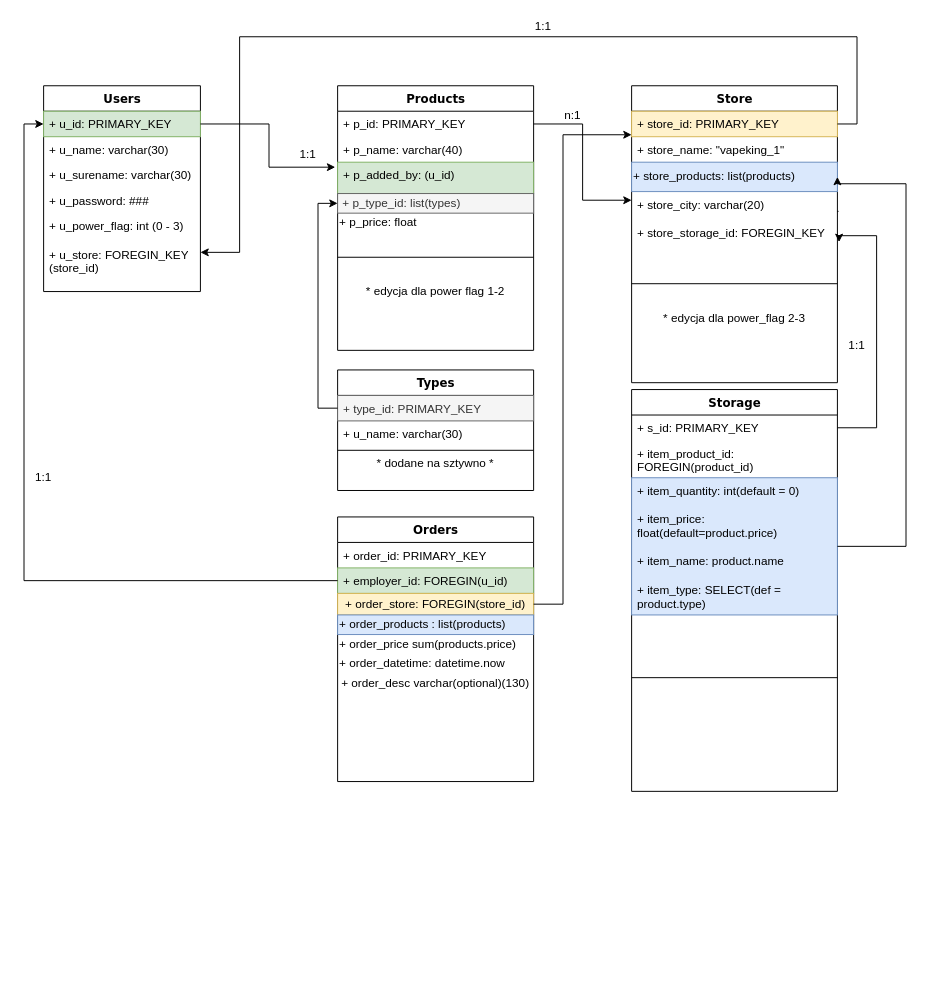
pawel-krakowiak/astar-pathfinding-mirumee keeps this draw.io diagram as Vapeking_database.drawio. Above is the earlier version. Source tidied: cells renumbered, new cells numbered last; positions are measured from the earlier drawing's top-left corner, leaving out a move shared by most shapes. Both pictures are drawn from the tidied source at 98%, with x=0, y=0 at pixel (24, 17).
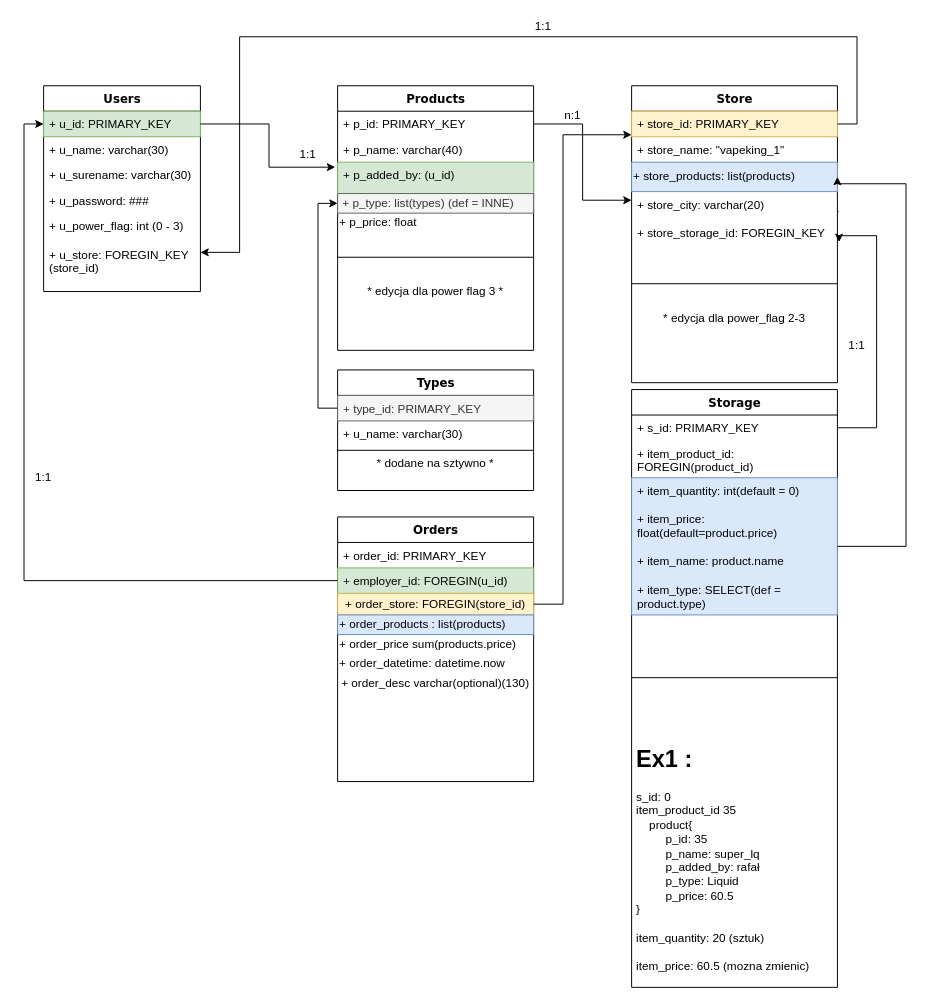
Above is the later version.

The change refers to these unchanged cells:
```xml
<mxCell id="8" value="Products&lt;br&gt;" style="swimlane;html=1;fontStyle=1;align=center;verticalAlign=top;horizontal=1;startSize=26;swimlaneFillColor=#ffffff;rounded=0;shadow=0;comic=0;labelBackgroundColor=none;strokeWidth=1;fillColor=none;fontFamily=Verdana;fontSize=12;" parent="1" vertex="1">
  <mxGeometry x="320" y="70" width="200" height="270" as="geometry" />
</mxCell>
```

Change to the diagram source:
```diff
@@
-    <mxCell id="12" value="&lt;span&gt;&amp;nbsp;+ p_type_id: list(types)&lt;/span&gt;" style="text;html=1;strokeColor=#666666;fillColor=#f5f5f5;align=left;verticalAlign=middle;whiteSpace=wrap;rounded=0;fontColor=#333333;" parent="8" vertex="1">
+    <mxCell id="12" value="&lt;span&gt;&amp;nbsp;+ p_type: list(types) (def = INNE)&lt;/span&gt;" style="text;html=1;strokeColor=#666666;fillColor=#f5f5f5;align=left;verticalAlign=middle;whiteSpace=wrap;rounded=0;fontColor=#333333;" parent="8" vertex="1">
       <mxGeometry y="110" width="200" height="20" as="geometry" />
     </mxCell>
@@
-    <mxCell id="15" value="* edycja dla power flag 1-2" style="text;html=1;strokeColor=none;fillColor=none;align=center;verticalAlign=middle;whiteSpace=wrap;rounded=0;" parent="8" vertex="1">
+    <mxCell id="15" value="* edycja dla power flag 3 *" style="text;html=1;strokeColor=none;fillColor=none;align=center;verticalAlign=middle;whiteSpace=wrap;rounded=0;" parent="8" vertex="1">
       <mxGeometry y="200" width="200" height="20" as="geometry" />
     </mxCell>
@@
     <mxCell id="34" value="Storage" style="swimlane;html=1;fontStyle=1;align=center;verticalAlign=top;horizontal=1;startSize=26;swimlaneFillColor=#ffffff;rounded=0;shadow=0;comic=0;labelBackgroundColor=none;strokeWidth=1;fillColor=none;fontFamily=Verdana;fontSize=12;" parent="1" vertex="1">
-      <mxGeometry x="620" y="380" width="210" height="410" as="geometry" />
+      <mxGeometry x="620" y="380" width="210" height="610" as="geometry" />
     </mxCell>
@@
+    <mxCell id="55" value="&lt;h1&gt;Ex1 :&lt;/h1&gt;&lt;div&gt;s_id: 0&lt;/div&gt;&lt;div&gt;item_product_id 35&lt;/div&gt;&lt;div&gt;&amp;nbsp; &amp;nbsp; product{&lt;/div&gt;&lt;div&gt;&amp;nbsp; &amp;nbsp; &amp;nbsp; &amp;nbsp; &amp;nbsp;p_id: 35&lt;/div&gt;&lt;div&gt;&amp;nbsp; &amp;nbsp; &amp;nbsp; &amp;nbsp; &amp;nbsp;p_name: super_lq&lt;br&gt;&amp;nbsp; &amp;nbsp; &amp;nbsp; &amp;nbsp; &amp;nbsp;p_added_by: rafał&lt;/div&gt;&lt;div&gt;&amp;nbsp; &amp;nbsp; &amp;nbsp; &amp;nbsp; &amp;nbsp;p_type: Liquid&lt;br&gt;&amp;nbsp; &amp;nbsp; &amp;nbsp; &amp;nbsp; &amp;nbsp;p_price: 60.5&lt;br&gt;}&lt;br&gt;&lt;br&gt;item_quantity: 20 (sztuk)&lt;br&gt;&lt;br&gt;item_price: 60.5 (mozna zmienic)&lt;br&gt;&lt;br&gt;&lt;br&gt;&lt;br&gt;&lt;br&gt;&lt;br&gt;&lt;/div&gt;&lt;div&gt;&lt;br&gt;&lt;/div&gt;" style="text;html=1;strokeColor=none;fillColor=none;spacing=5;spacingTop=-20;whiteSpace=wrap;overflow=hidden;rounded=0;" parent="34" vertex="1">
+      <mxGeometry y="358" width="210" height="252" as="geometry" />
+    </mxCell>
```
